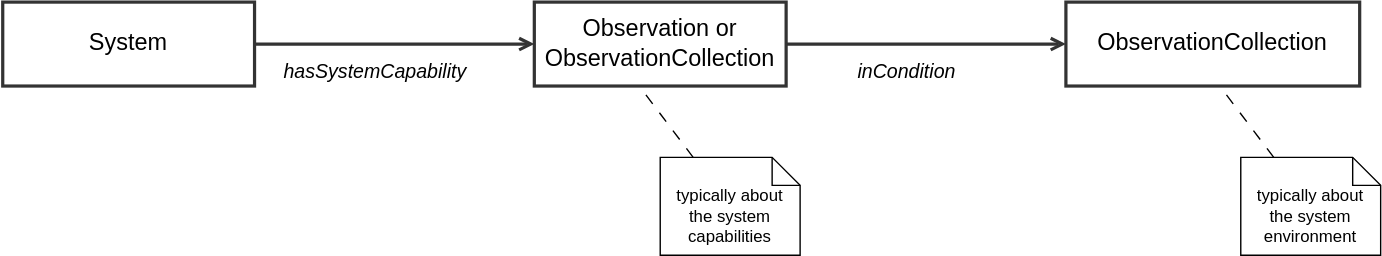
Above: ssn/images/SSNSystem-observation-conditions.svg in afeliachi/sdw-sosa-ssn (draw.io), before the change. Source tidied: cells renumbered, new cells last; positions are measured from the earlier drawing's top-left corner, leaving out a move shared by most shapes.
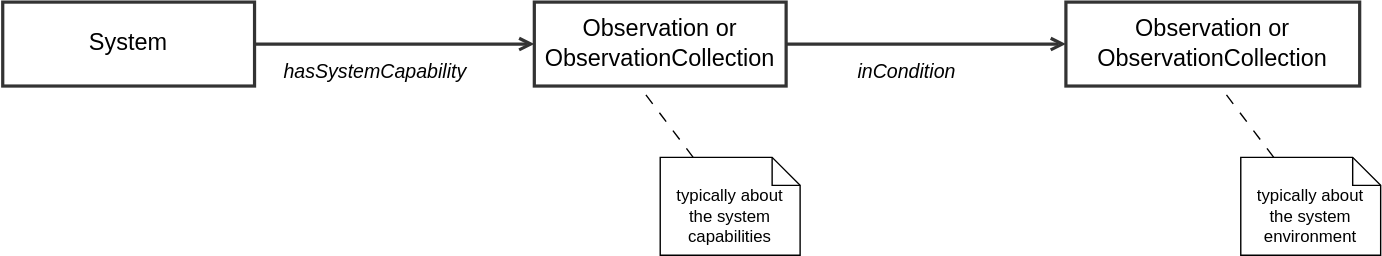
Later version of the same file.

The edit, as a diff of the source:
```diff
@@ -2,7 +2,7 @@
   <root>
     <mxCell id="0" />
     <mxCell id="1" parent="0" />
-    <mxCell id="2" value="ObservationCollection" style="html=1;overflow=block;blockSpacing=1;whiteSpace=wrap;fontSize=16.8;align=center;spacing=0;strokeColor=#333333;fillColor=none;strokeWidth=2.3;" parent="1" vertex="1">
+    <mxCell id="2" value="Observation or ObservationCollection" style="html=1;overflow=block;blockSpacing=1;whiteSpace=wrap;fontSize=16.8;align=center;spacing=0;strokeColor=#333333;fillColor=none;strokeWidth=2.3;" parent="1" vertex="1">
       <mxGeometry x="760" width="210" height="60" as="geometry" />
     </mxCell>
     <mxCell id="3" value="inCondition" style="edgeStyle=orthogonalEdgeStyle;shape=connector;rounded=1;jettySize=auto;html=1;exitX=1;exitY=0.5;exitDx=0;exitDy=0;entryX=0;entryY=0.5;entryDx=0;entryDy=0;labelBackgroundColor=default;strokeColor=#333333;strokeWidth=2.3;align=center;verticalAlign=middle;fontFamily=Helvetica;fontSize=14;fontColor=default;startArrow=none;endArrow=open;fontStyle=2;" parent="1" edge="1" source="4" target="2">
```
